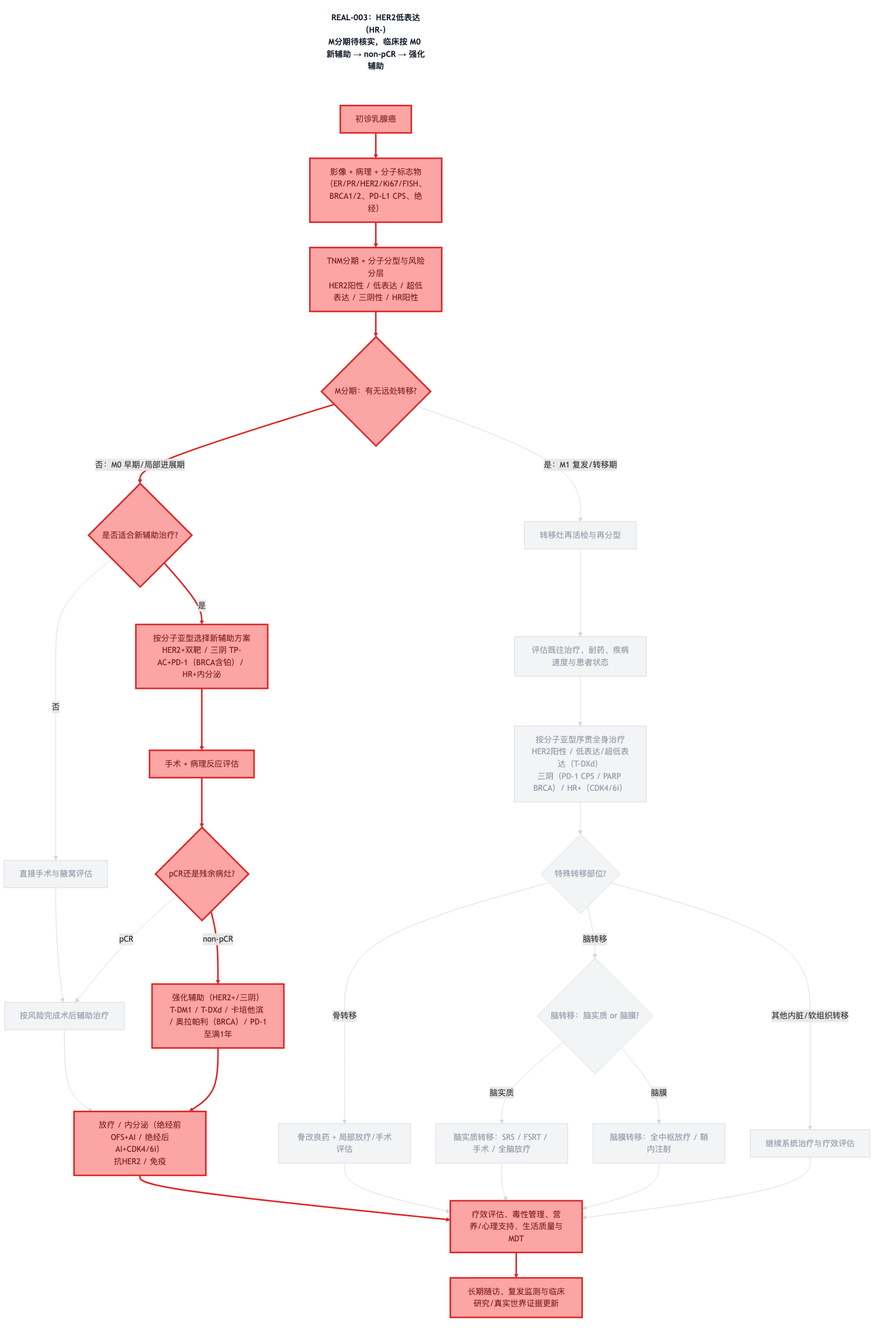
Above: diagrams/decision-chain-REAL-003.png in dongjb741280/breast-cancer (Mermaid), before the change. Its source is kept beside it as diagrams/decision-chain-REAL-003.mmd.
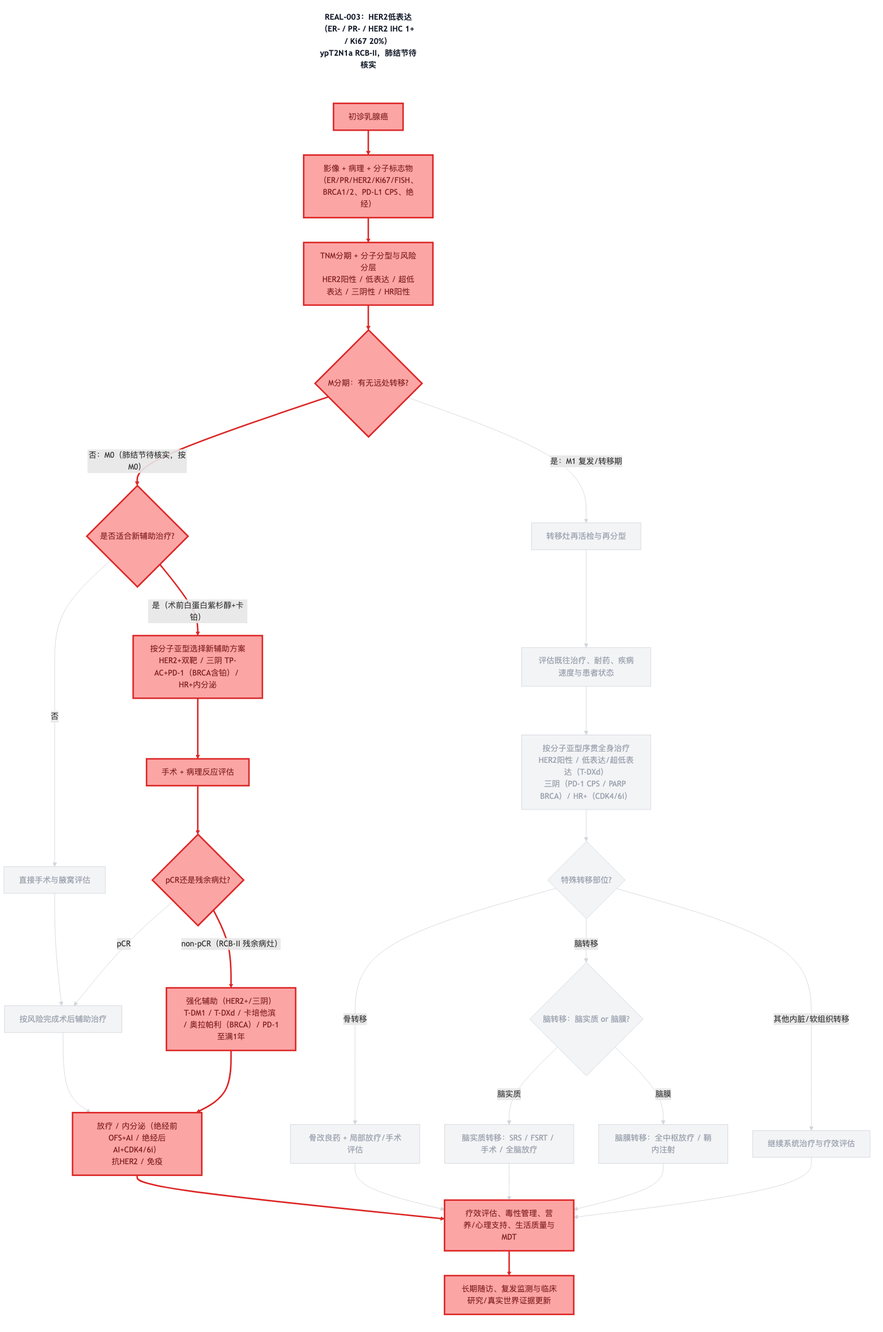
After the change.

The edit, as a diff of the source:
```diff
@@ -1,5 +1,5 @@
 graph TD
-    TITLE["REAL-003：HER2低表达（HR-）<br/>M分期待核实，临床按 M0 新辅助 → non-pCR → 强化辅助"]
+    TITLE["REAL-003：HER2低表达（ER- / PR- / HER2 IHC 1+ / Ki67 20%）<br/>ypT2N1a RCB-II，肺结节待核实"]
     A[初诊乳腺癌]
     B[影像 + 病理 + 分子标志物<br/>（ER/PR/HER2/Ki67/FISH、BRCA1/2、PD-L1 CPS、绝经）]
     C[TNM分期 + 分子分型与风险分层<br/>HER2阳性 / 低表达 / 超低表达 / 三阴性 / HR阳性]
@@ -26,14 +26,14 @@
     A --> B
     B --> C
     C --> D
-    D -->|否：M0 早期/局部进展期| E
-    E -->|是| F
+    D -->|否：M0（肺结节待核实，按M0）| E
+    E -->|是（术前白蛋白紫杉醇+卡铂）| F
     E -->|否| G
     F --> H
     G --> J
     H --> I
     I -->|pCR| J
-    I -->|non-pCR| K
+    I -->|non-pCR（RCB-II 残余病灶）| K
     J --> L
     K --> L
     D -->|是：M1 复发/转移期| M
```
